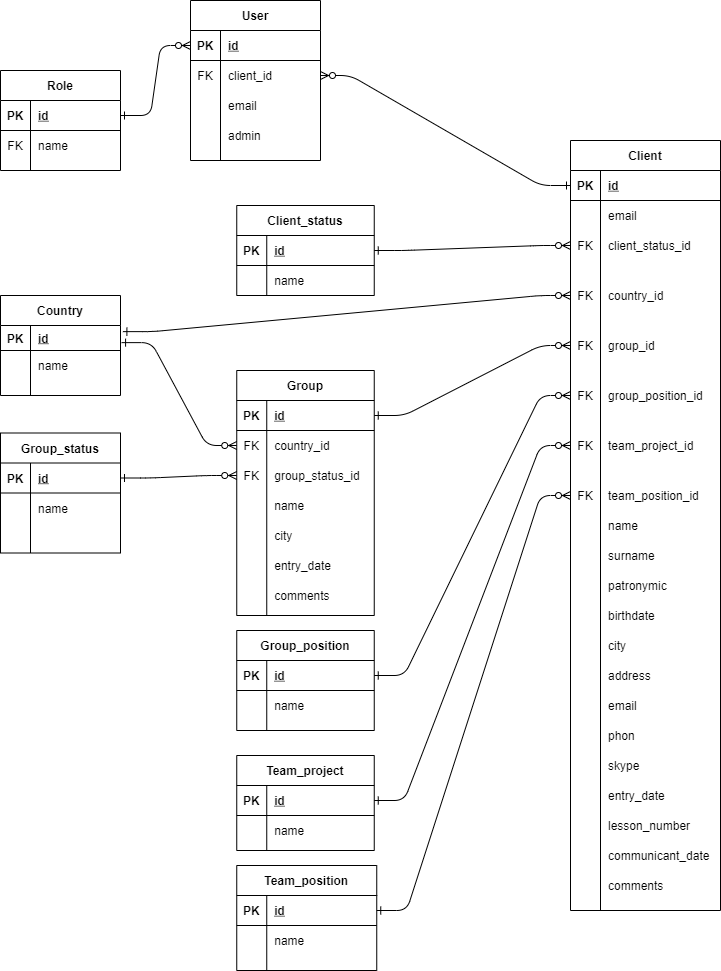
The draw.io diagram ER_ClientCRM.png in svslight/project_ClientCRM, before a commit. Source tidied: cells renumbered, new cells last; positions are measured from the earlier drawing's top-left corner, leaving out a move shared by most shapes.
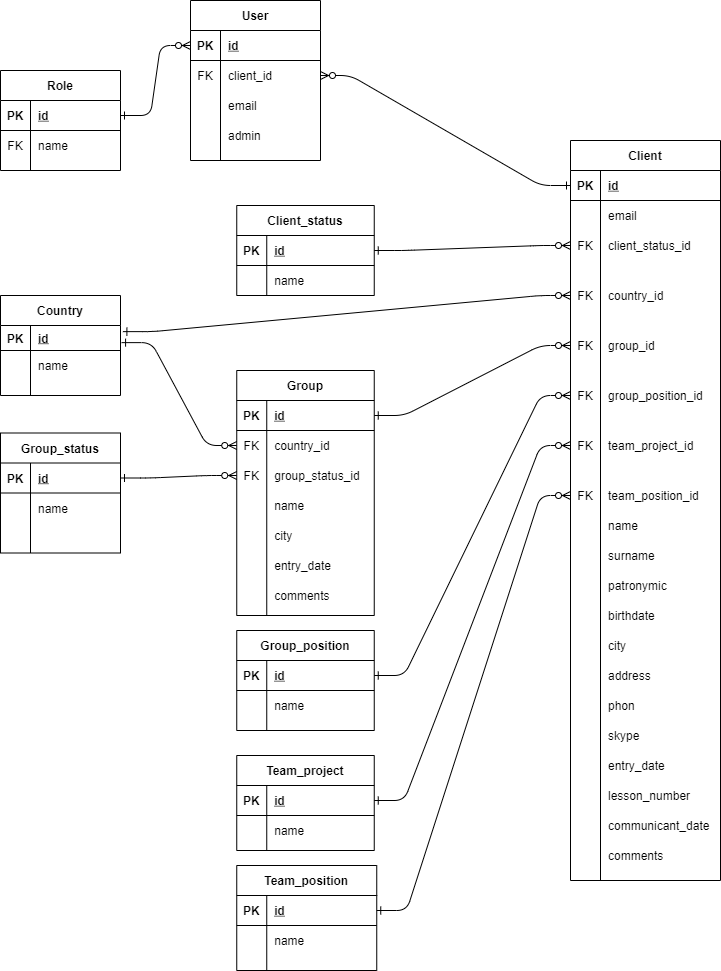
Later version of the same file.

What changed in the source:
```diff
@@ -3,7 +3,7 @@
     <mxCell id="0" />
     <mxCell id="1" parent="0" />
     <mxCell id="2" value="Client" style="shape=table;startSize=30;rowLines=0;fontStyle=1;align=center;" parent="1" vertex="1">
-      <mxGeometry x="570" y="140" width="150" height="770" as="geometry" />
+      <mxGeometry x="570" y="140" width="150" height="740" as="geometry" />
     </mxCell>
     <mxCell id="3" style="shape=partialRectangle;fillColor=none;points=[[0,0.5],[1,0.5]];portConstraint=eastwest;top=0;left=0;right=0;bottom=1;" parent="2" vertex="1">
       <mxGeometry y="30" width="150" height="30" as="geometry" />
@@ -176,17 +176,8 @@
     <mxCell id="59" value="address" style="shape=partialRectangle;overflow=hidden;fillColor=none;top=0;left=0;bottom=0;right=0;align=left;spacingLeft=6;" parent="57" vertex="1">
       <mxGeometry x="30" width="120" height="30" as="geometry" />
     </mxCell>
-    <mxCell id="60" style="shape=partialRectangle;fillColor=none;top=0;left=0;right=0;bottom=0;" parent="2" vertex="1">
-      <mxGeometry y="550" width="150" height="30" as="geometry" />
-    </mxCell>
-    <mxCell id="61" style="shape=partialRectangle;overflow=hidden;fillColor=none;top=0;left=0;bottom=0;right=0;" parent="60" vertex="1">
-      <mxGeometry width="30" height="30" as="geometry" />
-    </mxCell>
-    <mxCell id="62" value="email" style="shape=partialRectangle;overflow=hidden;fillColor=none;top=0;left=0;bottom=0;right=0;align=left;spacingLeft=6;" parent="60" vertex="1">
-      <mxGeometry x="30" width="120" height="30" as="geometry" />
-    </mxCell>
     <mxCell id="63" style="shape=partialRectangle;fillColor=none;top=0;left=0;right=0;bottom=0;" parent="2" vertex="1">
-      <mxGeometry y="580" width="150" height="30" as="geometry" />
+      <mxGeometry y="550" width="150" height="30" as="geometry" />
     </mxCell>
     <mxCell id="64" style="shape=partialRectangle;overflow=hidden;fillColor=none;top=0;left=0;bottom=0;right=0;" parent="63" vertex="1">
       <mxGeometry width="30" height="30" as="geometry" />
@@ -195,7 +186,7 @@
       <mxGeometry x="30" width="120" height="30" as="geometry" />
     </mxCell>
     <mxCell id="66" style="shape=partialRectangle;fillColor=none;top=0;left=0;right=0;bottom=0;" parent="2" vertex="1">
-      <mxGeometry y="610" width="150" height="30" as="geometry" />
+      <mxGeometry y="580" width="150" height="30" as="geometry" />
     </mxCell>
     <mxCell id="67" style="shape=partialRectangle;overflow=hidden;fillColor=none;top=0;left=0;bottom=0;right=0;" parent="66" vertex="1">
       <mxGeometry width="30" height="30" as="geometry" />
@@ -204,7 +195,7 @@
       <mxGeometry x="30" width="120" height="30" as="geometry" />
     </mxCell>
     <mxCell id="69" style="shape=partialRectangle;fillColor=none;top=0;left=0;right=0;bottom=0;" parent="2" vertex="1">
-      <mxGeometry y="640" width="150" height="30" as="geometry" />
+      <mxGeometry y="610" width="150" height="30" as="geometry" />
     </mxCell>
     <mxCell id="70" style="shape=partialRectangle;overflow=hidden;fillColor=none;top=0;left=0;bottom=0;right=0;" parent="69" vertex="1">
       <mxGeometry width="30" height="30" as="geometry" />
@@ -213,7 +204,7 @@
       <mxGeometry x="30" width="120" height="30" as="geometry" />
     </mxCell>
     <mxCell id="72" style="shape=partialRectangle;fillColor=none;top=0;left=0;right=0;bottom=0;" parent="2" vertex="1">
-      <mxGeometry y="670" width="150" height="30" as="geometry" />
+      <mxGeometry y="640" width="150" height="30" as="geometry" />
     </mxCell>
     <mxCell id="73" style="shape=partialRectangle;overflow=hidden;fillColor=none;top=0;left=0;bottom=0;right=0;" parent="72" vertex="1">
       <mxGeometry width="30" height="30" as="geometry" />
@@ -222,7 +213,7 @@
       <mxGeometry x="30" width="120" height="30" as="geometry" />
     </mxCell>
     <mxCell id="75" style="shape=partialRectangle;fillColor=none;top=0;left=0;right=0;bottom=0;" parent="2" vertex="1">
-      <mxGeometry y="700" width="150" height="30" as="geometry" />
+      <mxGeometry y="670" width="150" height="30" as="geometry" />
     </mxCell>
     <mxCell id="76" style="shape=partialRectangle;overflow=hidden;fillColor=none;top=0;left=0;bottom=0;right=0;" parent="75" vertex="1">
       <mxGeometry width="30" height="30" as="geometry" />
@@ -231,7 +222,7 @@
       <mxGeometry x="30" width="120" height="30" as="geometry" />
     </mxCell>
     <mxCell id="78" style="shape=partialRectangle;fillColor=none;top=0;left=0;right=0;bottom=0;" parent="2" vertex="1">
-      <mxGeometry y="730" width="150" height="30" as="geometry" />
+      <mxGeometry y="700" width="150" height="30" as="geometry" />
     </mxCell>
     <mxCell id="79" style="shape=partialRectangle;overflow=hidden;fillColor=none;top=0;left=0;bottom=0;right=0;" parent="78" vertex="1">
       <mxGeometry width="30" height="30" as="geometry" />
```
